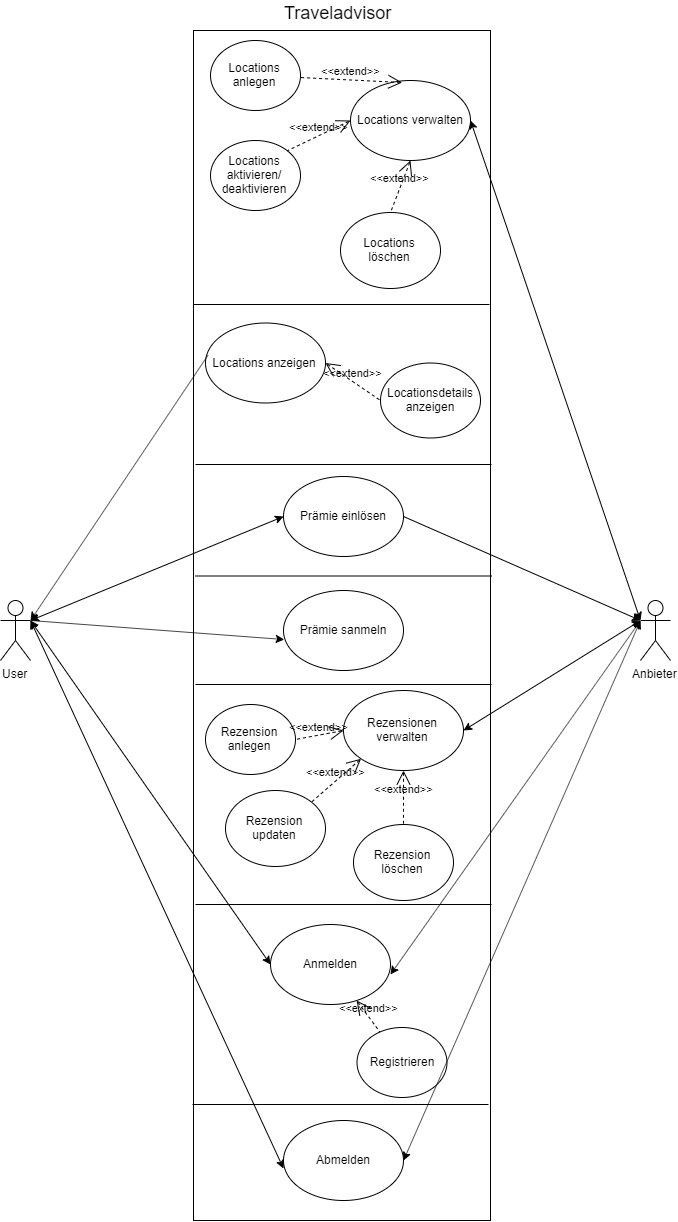
Earlier version of the draw.io export SYP(MUH)/USECASE_Traveladvisor.png (gilgenreiner/TravelAdvicer). Source tidied: cells renumbered, new cells last; positions are measured from the earlier drawing's top-left corner, leaving out a move shared by most shapes.
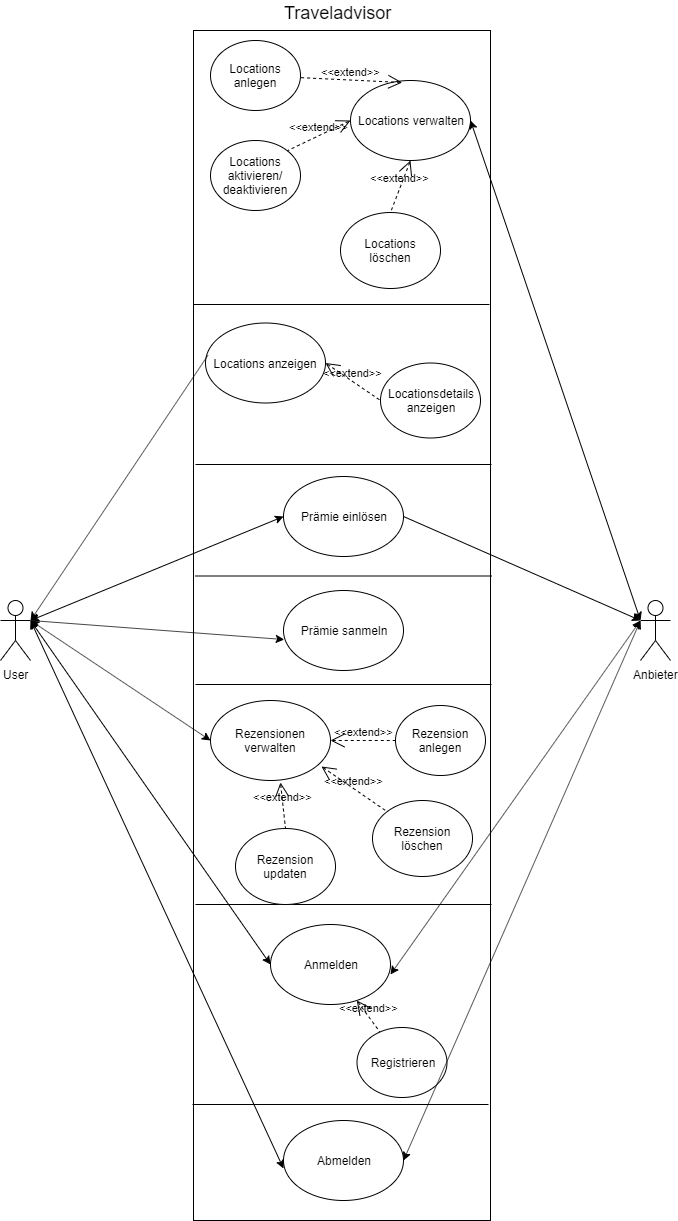
The same file after the commit.

What changed in the source:
```diff
@@ -1,13 +1,13 @@
-<mxGraphModel background="#ffffff">
+<mxGraphModel>
   <root>
     <mxCell id="0" />
     <mxCell id="1" parent="0" />
-    <mxCell id="2" style="rounded=0;whiteSpace=wrap;html=1;" parent="1" vertex="1">
-      <mxGeometry x="193" y="30" width="297" height="1190" as="geometry" />
-    </mxCell>
-    <mxCell id="3" style="line;strokeWidth=1;fillColor=none;align=left;verticalAlign=middle;spacingTop=-1;spacingLeft=3;spacingRight=3;labelPosition=right;" parent="1" vertex="1">
-      <mxGeometry x="193" y="300" width="296" height="8" as="geometry" />
-    </mxCell>
+    <mxCell id="45" style="rounded=0;whiteSpace=wrap;html=1;" parent="1" vertex="1">
+      <mxGeometry x="193" y="30" width="297" height="1190" as="geometry" />
+    </mxCell>
+    <mxCell id="46" style="line;strokeWidth=1;fillColor=none;align=left;verticalAlign=middle;spacingTop=-1;spacingLeft=3;spacingRight=3;labelPosition=right;" parent="1" vertex="1">
+      <mxGeometry x="193" y="300" width="296" height="8" as="geometry" />
+    </mxCell>
     <mxCell id="4" value="Anmelden" style="ellipse;whiteSpace=wrap;html=1;" parent="1" vertex="1">
       <mxGeometry x="270" y="924" width="120" height="80" as="geometry" />
     </mxCell>
@@ -26,9 +26,9 @@
     <mxCell id="9" value="&amp;lt;&amp;lt;extend&amp;gt;&amp;gt;" style="edgeStyle=none;html=1;startArrow=open;endArrow=none;startSize=12;verticalAlign=bottom;dashed=1;labelBackgroundColor=none;" parent="1" edge="1" source="4" target="8">
       <mxGeometry relative="1" as="geometry" />
     </mxCell>
-    <mxCell id="10" style="line;strokeWidth=1;fillColor=none;align=left;verticalAlign=middle;spacingTop=-1;spacingLeft=3;spacingRight=3;labelPosition=right;" parent="1" vertex="1">
-      <mxGeometry x="192" y="1100" width="296" height="8" as="geometry" />
-    </mxCell>
+    <mxCell id="47" style="line;strokeWidth=1;fillColor=none;align=left;verticalAlign=middle;spacingTop=-1;spacingLeft=3;spacingRight=3;labelPosition=right;" parent="1" vertex="1">
+      <mxGeometry x="192" y="1100" width="296" height="8" as="geometry" />
+    </mxCell>
     <mxCell id="11" value="Abmelden" style="ellipse;whiteSpace=wrap;html=1;" parent="1" vertex="1">
       <mxGeometry x="283" y="1120" width="120" height="80" as="geometry" />
     </mxCell>
@@ -59,9 +59,9 @@
     <mxCell id="20" value="&amp;lt;&amp;lt;extend&amp;gt;&amp;gt;" style="edgeStyle=none;html=1;startArrow=open;endArrow=none;startSize=12;verticalAlign=bottom;dashed=1;labelBackgroundColor=none;exitX=0.431;exitY=0.025;exitDx=0;exitDy=0;exitPerimeter=0;" parent="1" edge="1" source="6" target="19">
       <mxGeometry relative="1" as="geometry" />
     </mxCell>
-    <mxCell id="21" style="line;strokeWidth=1;fillColor=none;align=left;verticalAlign=middle;spacingTop=-1;spacingLeft=3;spacingRight=3;labelPosition=right;" parent="1" vertex="1">
-      <mxGeometry x="195" y="571.5" width="296" height="8" as="geometry" />
-    </mxCell>
+    <mxCell id="48" style="line;strokeWidth=1;fillColor=none;align=left;verticalAlign=middle;spacingTop=-1;spacingLeft=3;spacingRight=3;labelPosition=right;" parent="1" vertex="1">
+      <mxGeometry x="195" y="571.5" width="296" height="8" as="geometry" />
+    </mxCell>
     <mxCell id="22" value="Locationsdetails&lt;br&gt;anzeigen" style="ellipse;whiteSpace=wrap;html=1;" parent="1" vertex="1">
       <mxGeometry x="380" y="362.5" width="100" height="75" as="geometry" />
     </mxCell>
@@ -77,9 +77,9 @@
     <mxCell id="26" value="&amp;lt;&amp;lt;extend&amp;gt;&amp;gt;" style="edgeStyle=none;html=1;startArrow=open;endArrow=none;startSize=12;verticalAlign=bottom;dashed=1;labelBackgroundColor=none;exitX=0;exitY=0.5;exitDx=0;exitDy=0;entryX=1;entryY=0;entryDx=0;entryDy=0;" parent="1" edge="1" source="6" target="25">
       <mxGeometry relative="1" as="geometry" />
     </mxCell>
-    <mxCell id="27" style="line;strokeWidth=1;fillColor=none;align=left;verticalAlign=middle;spacingTop=-1;spacingLeft=3;spacingRight=3;labelPosition=right;" parent="1" vertex="1">
-      <mxGeometry x="195" y="460" width="296" height="8" as="geometry" />
-    </mxCell>
+    <mxCell id="49" style="line;strokeWidth=1;fillColor=none;align=left;verticalAlign=middle;spacingTop=-1;spacingLeft=3;spacingRight=3;labelPosition=right;" parent="1" vertex="1">
+      <mxGeometry x="195" y="460" width="296" height="8" as="geometry" />
+    </mxCell>
     <mxCell id="28" value="Locations löschen" style="ellipse;whiteSpace=wrap;html=1;" parent="1" vertex="1">
       <mxGeometry x="340" y="212" width="100" height="76" as="geometry" />
     </mxCell>
@@ -92,9 +92,9 @@
     <mxCell id="31" style="endArrow=classic;html=1;exitX=1;exitY=0.5;exitDx=0;exitDy=0;entryX=0;entryY=0.3333333333333333;entryDx=0;entryDy=0;entryPerimeter=0;" parent="1" edge="1" source="29" target="13">
       <mxGeometry relative="1" as="geometry" />
     </mxCell>
-    <mxCell id="32" style="line;strokeWidth=1;fillColor=none;align=left;verticalAlign=middle;spacingTop=-1;spacingLeft=3;spacingRight=3;labelPosition=right;" parent="1" vertex="1">
-      <mxGeometry x="195" y="900" width="296" height="8" as="geometry" />
-    </mxCell>
+    <mxCell id="50" style="line;strokeWidth=1;fillColor=none;align=left;verticalAlign=middle;spacingTop=-1;spacingLeft=3;spacingRight=3;labelPosition=right;" parent="1" vertex="1">
+      <mxGeometry x="195" y="900" width="296" height="8" as="geometry" />
+    </mxCell>
     <mxCell id="33" value="Prämie sanmeln" style="ellipse;whiteSpace=wrap;html=1;" parent="1" vertex="1">
       <mxGeometry x="283" y="590" width="120" height="80" as="geometry" />
     </mxCell>
@@ -105,30 +105,30 @@
       <mxGeometry relative="1" as="geometry" />
     </mxCell>
     <mxCell id="36" value="Rezensionen verwalten" style="ellipse;whiteSpace=wrap;html=1;" parent="1" vertex="1">
-      <mxGeometry x="343" y="690" width="120" height="80" as="geometry" />
+      <mxGeometry x="210" y="700" width="120" height="80" as="geometry" />
     </mxCell>
-    <mxCell id="37" style="line;strokeWidth=1;fillColor=none;align=left;verticalAlign=middle;spacingTop=-1;spacingLeft=3;spacingRight=3;labelPosition=right;" parent="1" vertex="1">
-      <mxGeometry x="195" y="680" width="296" height="8" as="geometry" />
-    </mxCell>
+    <mxCell id="51" style="line;strokeWidth=1;fillColor=none;align=left;verticalAlign=middle;spacingTop=-1;spacingLeft=3;spacingRight=3;labelPosition=right;" parent="1" vertex="1">
+      <mxGeometry x="195" y="680" width="296" height="8" as="geometry" />
+    </mxCell>
     <mxCell id="38" value="Rezension anlegen" style="ellipse;whiteSpace=wrap;html=1;" parent="1" vertex="1">
-      <mxGeometry x="205" y="704" width="90" height="70" as="geometry" />
+      <mxGeometry x="395" y="705" width="90" height="70" as="geometry" />
     </mxCell>
     <mxCell id="39" value="Rezension updaten" style="ellipse;whiteSpace=wrap;html=1;" parent="1" vertex="1">
-      <mxGeometry x="225" y="790" width="100" height="76" as="geometry" />
+      <mxGeometry x="235" y="828" width="100" height="76" as="geometry" />
     </mxCell>
-    <mxCell id="40" style="endArrow=classic;startArrow=classic;html=1;exitX=1;exitY=0.5;exitDx=0;exitDy=0;entryX=0;entryY=0.3333333333333333;entryDx=0;entryDy=0;entryPerimeter=0;" parent="1" edge="1" source="36" target="13">
-      <mxGeometry relative="1" as="geometry" />
-    </mxCell>
+    <mxCell id="52" style="endArrow=classic;startArrow=classic;html=1;entryX=1;entryY=0.3333333333333333;entryDx=0;entryDy=0;entryPerimeter=0;exitX=0;exitY=0.5;exitDx=0;exitDy=0;" parent="1" edge="1" source="36" target="12">
+      <mxGeometry relative="1" as="geometry" />
+    </mxCell>
-    <mxCell id="41" value="&amp;lt;&amp;lt;extend&amp;gt;&amp;gt;" style="edgeStyle=none;html=1;startArrow=open;endArrow=none;startSize=12;verticalAlign=bottom;dashed=1;labelBackgroundColor=none;exitX=0;exitY=0.5;exitDx=0;exitDy=0;entryX=1;entryY=0.5;entryDx=0;entryDy=0;" parent="1" edge="1" source="36" target="38">
+    <mxCell id="41" value="&amp;lt;&amp;lt;extend&amp;gt;&amp;gt;" style="edgeStyle=none;html=1;startArrow=open;endArrow=none;startSize=12;verticalAlign=bottom;dashed=1;labelBackgroundColor=none;entryX=0;entryY=0.5;entryDx=0;entryDy=0;exitX=1;exitY=0.5;exitDx=0;exitDy=0;" parent="1" edge="1" source="36" target="38">
       <mxGeometry relative="1" as="geometry" />
     </mxCell>
-    <mxCell id="42" value="&amp;lt;&amp;lt;extend&amp;gt;&amp;gt;" style="edgeStyle=none;html=1;startArrow=open;endArrow=none;startSize=12;verticalAlign=bottom;dashed=1;labelBackgroundColor=none;exitX=0;exitY=1;exitDx=0;exitDy=0;entryX=1;entryY=0;entryDx=0;entryDy=0;" parent="1" edge="1" source="36" target="39">
+    <mxCell id="42" value="&amp;lt;&amp;lt;extend&amp;gt;&amp;gt;" style="edgeStyle=none;html=1;startArrow=open;endArrow=none;startSize=12;verticalAlign=bottom;dashed=1;labelBackgroundColor=none;exitX=0.583;exitY=1.025;exitDx=0;exitDy=0;entryX=0.5;entryY=0;entryDx=0;entryDy=0;exitPerimeter=0;" parent="1" edge="1" source="36" target="39">
       <mxGeometry relative="1" as="geometry" />
     </mxCell>
     <mxCell id="43" value="Rezension löschen" style="ellipse;whiteSpace=wrap;html=1;" parent="1" vertex="1">
-      <mxGeometry x="353" y="824" width="100" height="76" as="geometry" />
+      <mxGeometry x="372" y="800" width="100" height="76" as="geometry" />
     </mxCell>
-    <mxCell id="44" value="&amp;lt;&amp;lt;extend&amp;gt;&amp;gt;" style="edgeStyle=none;html=1;startArrow=open;endArrow=none;startSize=12;verticalAlign=bottom;dashed=1;labelBackgroundColor=none;exitX=0.5;exitY=1;exitDx=0;exitDy=0;entryX=0.5;entryY=0;entryDx=0;entryDy=0;" parent="1" edge="1" source="36" target="43">
+    <mxCell id="44" value="&amp;lt;&amp;lt;extend&amp;gt;&amp;gt;" style="edgeStyle=none;html=1;startArrow=open;endArrow=none;startSize=12;verticalAlign=bottom;dashed=1;labelBackgroundColor=none;exitX=0.925;exitY=0.825;exitDx=0;exitDy=0;entryX=0;entryY=0;entryDx=0;entryDy=0;exitPerimeter=0;" parent="1" edge="1" source="36" target="43">
       <mxGeometry relative="1" as="geometry" />
     </mxCell>
   </root>
```
